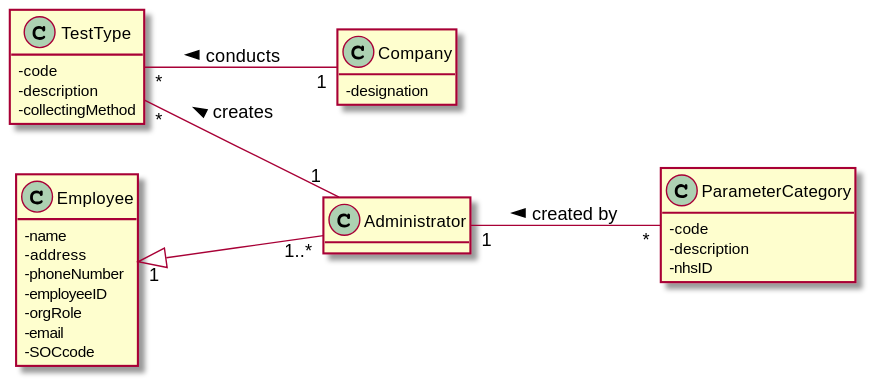
Earlier version of the PlantUML export docs/SprintC/US09/US09-MD.svg (0franciscor/lei-21-s2-1de-g19). Its diagram source:
```plantuml
@startuml
hide methods
left to right direction

class Company
class Administrator
class ParameterCategory
class TestType
class Employee

Employee "1" <|-- "1..*" Administrator

TestType "*" -- "1" Company : < conducts

TestType "*" -- "1" Administrator : < creates

Administrator "1" -- "*" ParameterCategory : < created by

skinparam classAttributeIconSize 0

class Employee{
-name
-address
-phoneNumber
-employeeID
-orgRole
-email
-SOCcode
}

class Company{
-designation
}

class Administrator{
}

class ParameterCategory{
-code
-description
-nhsID
}

class TestType{
-code
-description
-collectingMethod
}

@enduml
```
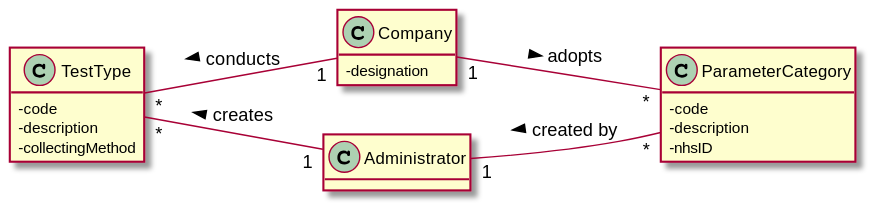
The same diagram one commit later.

Change to the diagram source:
```diff
@@ -6,9 +6,6 @@
 class Administrator
 class ParameterCategory
 class TestType
-class Employee
-
-Employee "1" <|-- "1..*" Administrator
 
 TestType "*" -- "1" Company : < conducts
 
@@ -16,17 +13,9 @@
 
 Administrator "1" -- "*" ParameterCategory : < created by
 
+Company "1" -- "*" ParameterCategory : > adopts
+
 skinparam classAttributeIconSize 0
-
-class Employee{
--name
--address
--phoneNumber
--employeeID
--orgRole
--email
--SOCcode
-}
 
 class Company{
 -designation
```
